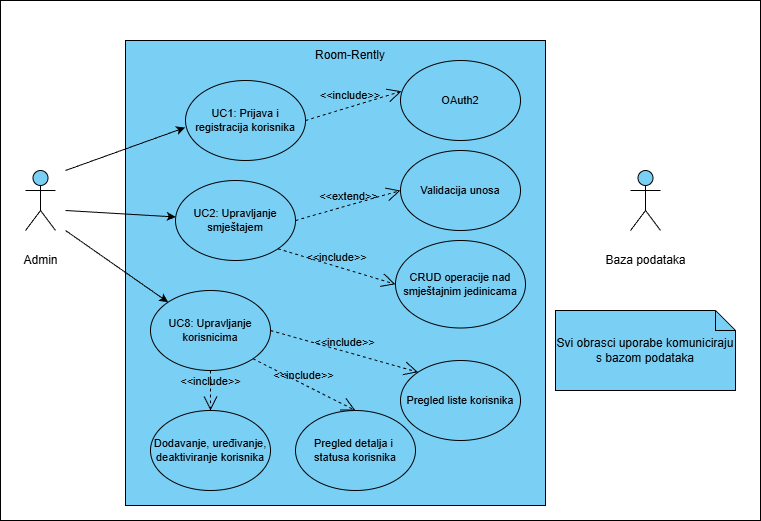
Before: Dokumentacija/Dijagrami/Slike/Dijagram obrazaca uporabe Admin.drawio.png, a diagram exported from draw.io (JosipMrakovcic/Room-Rently). Source tidied: cells renumbered, new cells last; positions are measured from the earlier drawing's top-left corner, leaving out a move shared by most shapes.
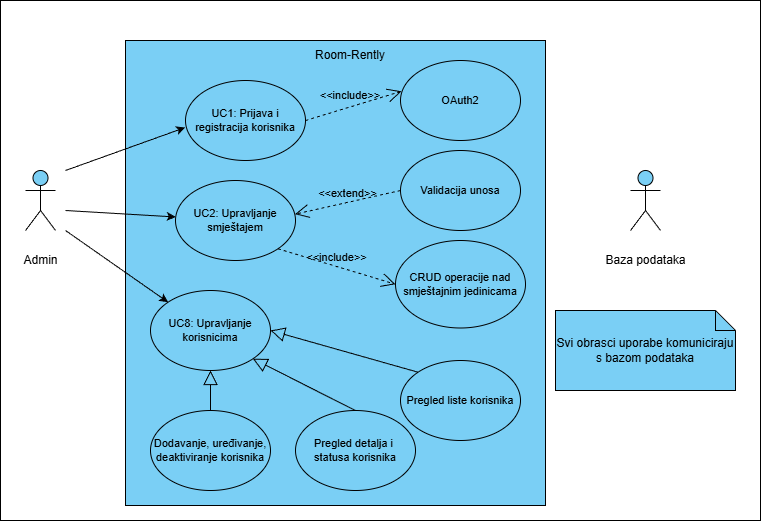
The same file after the commit.

Diff of the diagram source:
```diff
@@ -44,7 +44,7 @@
     <mxCell id="15" style="endArrow=open;dashed=1;endFill=0;endSize=12;html=1;rounded=0;exitX=1;exitY=0.5;exitDx=0;exitDy=0;entryX=0.008;entryY=0.385;entryDx=0;entryDy=0;entryPerimeter=0;strokeColor=light-dark(#000000,#090909);" parent="1" edge="1" source="7" target="14">
       <mxGeometry relative="1" as="geometry" />
     </mxCell>
-    <mxCell id="16" value="&amp;lt;&amp;lt;extend&amp;gt;&amp;gt;" style="endArrow=open;dashed=1;endFill=0;endSize=12;html=1;rounded=0;entryX=0;entryY=0.5;entryDx=0;entryDy=0;fontSize=11;strokeColor=light-dark(#000000,#000000);exitX=1;exitY=0.5;exitDx=0;exitDy=0;labelBackgroundColor=none;fontColor=light-dark(#000000,#000000);align=center;verticalAlign=bottom;" parent="1" edge="1" source="9" target="13">
+    <mxCell id="16" value="&amp;lt;&amp;lt;extend&amp;gt;&amp;gt;" style="endArrow=open;dashed=1;endFill=0;endSize=12;html=1;rounded=0;entryX=0.996;entryY=0.421;entryDx=0;entryDy=0;fontSize=11;strokeColor=light-dark(#000000,#000000);exitX=0;exitY=0.5;exitDx=0;exitDy=0;labelBackgroundColor=none;fontColor=light-dark(#000000,#000000);align=center;verticalAlign=bottom;entryPerimeter=0;" parent="1" edge="1" source="13" target="9">
       <mxGeometry relative="1" as="geometry" />
     </mxCell>
     <mxCell id="17" style="endArrow=classic;html=1;rounded=0;strokeColor=light-dark(#000000,#000000);" parent="1" edge="1" target="9">
@@ -74,14 +74,14 @@
     <mxCell id="23" value="&amp;lt;&amp;lt;include&amp;gt;&amp;gt;" style="endArrow=open;dashed=1;endFill=0;endSize=12;html=1;rounded=0;entryX=0;entryY=0.5;entryDx=0;entryDy=0;fontSize=11;strokeColor=light-dark(#000000,#000000);labelBackgroundColor=none;fontColor=light-dark(#000000,#000000);align=center;verticalAlign=bottom;exitX=1;exitY=1;exitDx=0;exitDy=0;" parent="1" edge="1" source="9" target="22">
       <mxGeometry relative="1" as="geometry" />
     </mxCell>
-    <mxCell id="24" value="&amp;lt;&amp;lt;include&amp;gt;&amp;gt;" style="endArrow=open;dashed=1;endFill=0;endSize=12;html=1;rounded=0;entryX=0;entryY=0;entryDx=0;entryDy=0;fontSize=11;strokeColor=light-dark(#000000,#000000);labelBackgroundColor=none;fontColor=light-dark(#000000,#000000);align=center;verticalAlign=bottom;exitX=1;exitY=0.5;exitDx=0;exitDy=0;" parent="1" edge="1" source="8" target="11">
-      <mxGeometry relative="1" as="geometry" />
-    </mxCell>
-    <mxCell id="25" value="&amp;lt;&amp;lt;include&amp;gt;&amp;gt;" style="endArrow=open;dashed=1;endFill=0;endSize=12;html=1;rounded=0;entryX=0.5;entryY=0;entryDx=0;entryDy=0;fontSize=11;strokeColor=light-dark(#000000,#000000);labelBackgroundColor=none;fontColor=light-dark(#000000,#000000);align=center;verticalAlign=bottom;exitX=1;exitY=1;exitDx=0;exitDy=0;" parent="1" edge="1" source="8" target="10">
-      <mxGeometry relative="1" as="geometry" />
-    </mxCell>
-    <mxCell id="26" value="&amp;lt;&amp;lt;include&amp;gt;&amp;gt;" style="endArrow=open;dashed=1;endFill=0;endSize=12;html=1;rounded=0;entryX=0.5;entryY=0;entryDx=0;entryDy=0;fontSize=11;strokeColor=light-dark(#000000,#000000);labelBackgroundColor=none;fontColor=light-dark(#000000,#000000);align=center;verticalAlign=bottom;exitX=0.5;exitY=1;exitDx=0;exitDy=0;" parent="1" edge="1" source="8" target="12">
-      <mxGeometry relative="1" as="geometry" />
-    </mxCell>
+    <mxCell id="27" style="endArrow=block;endFill=0;endSize=12;html=1;rounded=0;entryX=0.5;entryY=1;entryDx=0;entryDy=0;fontSize=11;strokeColor=light-dark(#000000,#000000);labelBackgroundColor=none;fontColor=light-dark(#000000,#000000);align=center;verticalAlign=bottom;exitX=0.5;exitY=0;exitDx=0;exitDy=0;" parent="1" edge="1" source="12" target="8">
+      <mxGeometry relative="1" as="geometry" />
+    </mxCell>
+    <mxCell id="28" style="endArrow=block;endFill=0;endSize=12;html=1;rounded=0;entryX=1;entryY=1;entryDx=0;entryDy=0;fontSize=11;strokeColor=light-dark(#000000,#000000);labelBackgroundColor=none;fontColor=light-dark(#000000,#000000);align=center;verticalAlign=bottom;exitX=0.5;exitY=0;exitDx=0;exitDy=0;" parent="1" edge="1" source="10" target="8">
+      <mxGeometry relative="1" as="geometry" />
+    </mxCell>
+    <mxCell id="29" style="endArrow=block;endFill=0;endSize=12;html=1;rounded=0;entryX=1;entryY=0.5;entryDx=0;entryDy=0;fontSize=11;strokeColor=light-dark(#000000,#000000);labelBackgroundColor=none;fontColor=light-dark(#000000,#000000);align=center;verticalAlign=bottom;exitX=0;exitY=0;exitDx=0;exitDy=0;" parent="1" edge="1" source="11" target="8">
+      <mxGeometry relative="1" as="geometry" />
+    </mxCell>
   </root>
 </mxGraphModel>
```
